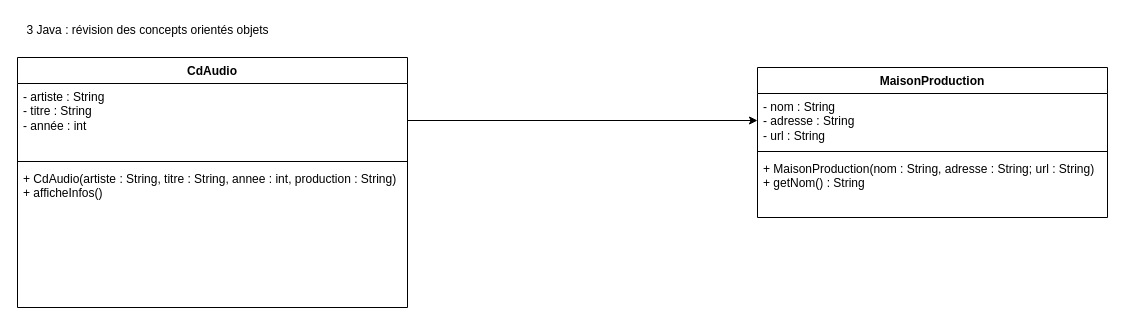
The draw.io diagram cours/R2.01b/RévisionR2.01b.drawio in Nereoll/draw.io, before the edit. Source tidied: cells renumbered, new cells numbered last; positions are measured from the earlier drawing's top-left corner, leaving out a move shared by most shapes. Both pictures are drawn from the tidied source at 100%, with x=0, y=0 at pixel (17, 17).
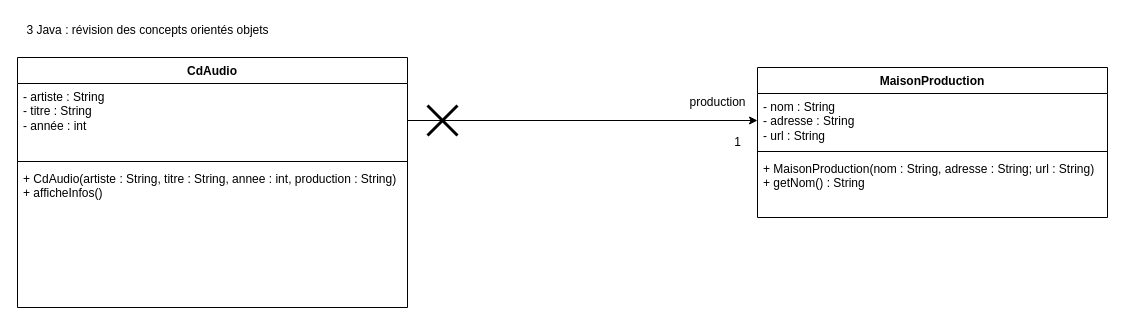
The same page after the edit.

Commit message (it also covers changes not shown here):
Mettre à jour RévisionR2.01b.drawio

Change to the diagram source:
```diff
@@
 <mxGraphModel>
   <root>
     <mxCell id="0" />
     <mxCell id="1" parent="0" />
     <mxCell id="2" value="&lt;div&gt;3 Java : révision des concepts orientés objets&lt;/div&gt;&lt;div&gt;&lt;br&gt;&lt;/div&gt;" style="text;html=1;align=center;verticalAlign=middle;strokeColor=none;fillColor=none;" parent="1" vertex="1">
       <mxGeometry width="260" height="40" as="geometry" />
     </mxCell>
     <mxCell id="3" value="CdAudio" style="swimlane;fontStyle=1;align=center;verticalAlign=top;horizontal=1;startSize=26;whiteSpace=wrap;html=1;" parent="1" vertex="1">
       <mxGeometry y="40" width="390" height="250" as="geometry" />
     </mxCell>
     <mxCell id="4" value="&lt;div&gt;- artiste : String&lt;/div&gt;&lt;div&gt;- titre : String&lt;/div&gt;&lt;div&gt;- année : int&lt;/div&gt;&lt;div&gt;&lt;br&gt;&lt;/div&gt;" style="text;strokeColor=none;fillColor=none;align=left;verticalAlign=top;spacingLeft=4;spacingRight=4;overflow=hidden;points=[[0,0.5],[1,0.5]];portConstraint=eastwest;whiteSpace=wrap;html=1;" parent="3" vertex="1">
       <mxGeometry y="26" width="390" height="74" as="geometry" />
     </mxCell>
     <mxCell id="5" style="line;strokeWidth=1;fillColor=none;align=left;verticalAlign=middle;spacingTop=-1;spacingLeft=3;spacingRight=3;labelPosition=right;strokeColor=inherit;" parent="3" vertex="1">
       <mxGeometry y="100" width="390" height="8" as="geometry" />
     </mxCell>
     <mxCell id="6" value="&lt;div&gt;+ CdAudio(artiste : String, titre : String, annee : int, production : String)&lt;/div&gt;&lt;div&gt;+ afficheInfos()&lt;br&gt;&lt;/div&gt;" style="text;strokeColor=none;fillColor=none;align=left;verticalAlign=top;spacingLeft=4;spacingRight=4;overflow=hidden;whiteSpace=wrap;html=1;" parent="3" vertex="1">
       <mxGeometry y="108" width="390" height="142" as="geometry" />
     </mxCell>
     <mxCell id="7" value="MaisonProduction" style="swimlane;fontStyle=1;align=center;verticalAlign=top;horizontal=1;startSize=26;whiteSpace=wrap;html=1;" parent="1" vertex="1">
       <mxGeometry x="740" y="50" width="350" height="150" as="geometry" />
     </mxCell>
     <mxCell id="8" value="&lt;div&gt;- nom : String&lt;/div&gt;&lt;div&gt;- adresse : String&lt;/div&gt;&lt;div&gt;- url : String&lt;br&gt;&lt;/div&gt;" style="text;strokeColor=none;fillColor=none;align=left;verticalAlign=top;spacingLeft=4;spacingRight=4;overflow=hidden;points=[[0,0.5],[1,0.5]];portConstraint=eastwest;whiteSpace=wrap;html=1;" parent="7" vertex="1">
       <mxGeometry y="26" width="350" height="54" as="geometry" />
     </mxCell>
     <mxCell id="9" style="line;strokeWidth=1;fillColor=none;align=left;verticalAlign=middle;spacingTop=-1;spacingLeft=3;spacingRight=3;labelPosition=right;strokeColor=inherit;" parent="7" vertex="1">
       <mxGeometry y="80" width="350" height="8" as="geometry" />
     </mxCell>
     <mxCell id="10" value="&lt;div&gt;+ MaisonProduction(nom : String, adresse : String; url : String)&lt;/div&gt;&lt;div&gt;+ getNom() : String&lt;br&gt;&lt;/div&gt;" style="text;strokeColor=none;fillColor=none;align=left;verticalAlign=top;spacingLeft=4;spacingRight=4;overflow=hidden;whiteSpace=wrap;html=1;" parent="7" vertex="1">
       <mxGeometry y="88" width="350" height="62" as="geometry" />
     </mxCell>
     <mxCell id="11" style="edgeStyle=orthogonalEdgeStyle;rounded=0;jettySize=auto;html=1;entryX=0;entryY=0.5;entryDx=0;entryDy=0;" parent="1" edge="1" source="4" target="8">
       <mxGeometry relative="1" as="geometry" />
     </mxCell>
+    <mxCell id="12" value="production" style="text;html=1;align=center;verticalAlign=middle;strokeColor=none;fillColor=none;" parent="1" vertex="1">
+      <mxGeometry x="660" y="70" width="80" height="30" as="geometry" />
+    </mxCell>
+    <mxCell id="13" value="1" style="text;html=1;align=center;verticalAlign=middle;strokeColor=none;fillColor=none;" parent="1" vertex="1">
+      <mxGeometry x="705" y="110" width="30" height="30" as="geometry" />
+    </mxCell>
+    <mxCell id="14" style="shape=umlDestroy;whiteSpace=wrap;html=1;strokeWidth=3;targetShapes=umlLifeline;" parent="1" vertex="1">
+      <mxGeometry x="410" y="88" width="30" height="30" as="geometry" />
+    </mxCell>
   </root>
 </mxGraphModel>
```
